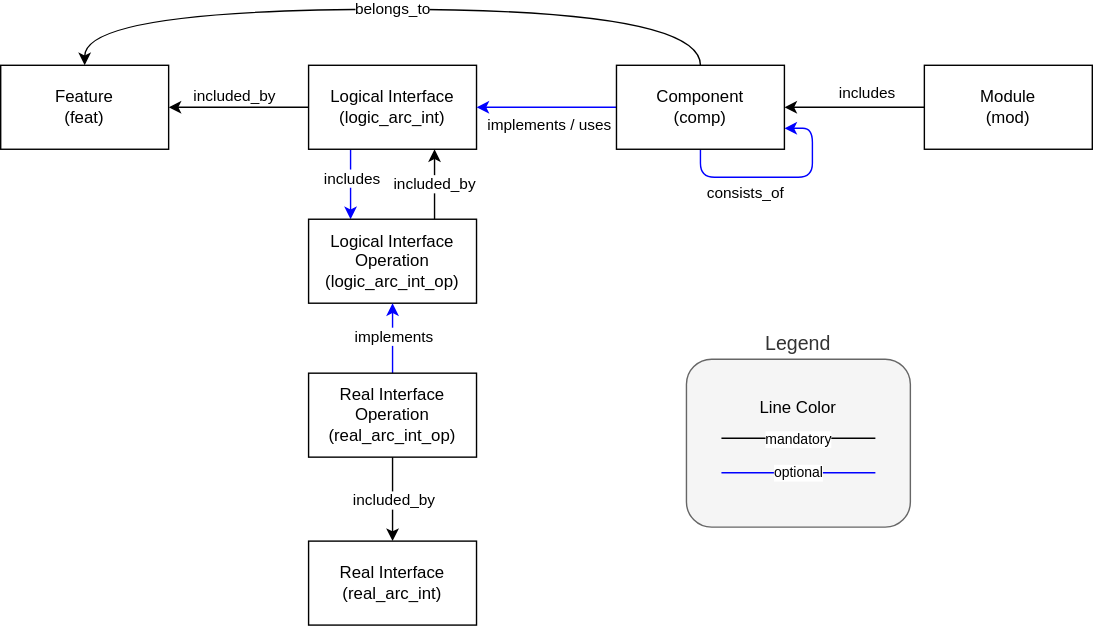
The draw.io diagram main/_images/metamodel_architectural_design.drawio.svg in eclipse-score/process_description, before a commit. Source tidied: cells renumbered, new cells last; positions are measured from the earlier drawing's top-left corner, leaving out a move shared by most shapes.
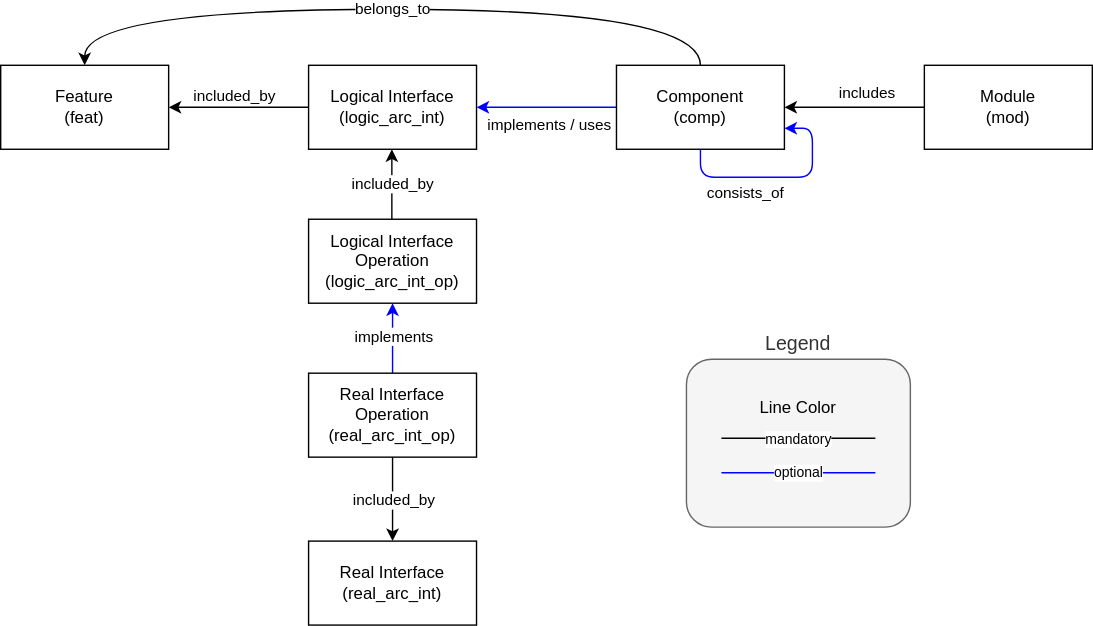
After the commit.

The edit, as a diff of the source:
```diff
@@ -21,19 +21,14 @@
     <mxCell id="5" value="Feature&lt;br&gt;(feat)" style="rounded=0;whiteSpace=wrap;html=1;" parent="1" vertex="1">
       <mxGeometry y="40" width="120" height="60" as="geometry" />
     </mxCell>
-    <mxCell id="6" style="edgeStyle=orthogonalEdgeStyle;rounded=0;jettySize=auto;html=1;startArrow=none;startFill=0;endArrow=classic;endFill=1;entryX=0.25;entryY=0;entryDx=0;entryDy=0;exitX=0.25;exitY=1;exitDx=0;exitDy=0;strokeColor=#0000FF;" parent="1" edge="1" source="8" target="10">
-      <mxGeometry relative="1" as="geometry" />
-    </mxCell>
-    <mxCell id="7" value="includes" style="edgeLabel;html=1;align=center;verticalAlign=middle;labelBackgroundColor=default;" parent="6" vertex="1">
-      <mxGeometry x="-0.03" y="5" relative="1" as="geometry">
-        <mxPoint x="-5" y="-4" as="offset" />
-      </mxGeometry>
-    </mxCell>
     <mxCell id="8" value="Logical Interface&lt;div&gt;(logic_arc_int)&lt;/div&gt;" style="rounded=0;whiteSpace=wrap;html=1;" parent="1" vertex="1">
       <mxGeometry x="220" y="40" width="120" height="60" as="geometry" />
     </mxCell>
-    <mxCell id="9" value="included_by" style="edgeStyle=none;html=1;exitX=0.75;exitY=0;exitDx=0;exitDy=0;entryX=0.75;entryY=1;entryDx=0;entryDy=0;" parent="1" edge="1" source="10" target="8">
-      <mxGeometry relative="1" as="geometry" />
+    <mxCell id="9" value="included_by" style="edgeStyle=none;html=1;exitX=0.75;exitY=0;exitDx=0;exitDy=0;entryX=0.75;entryY=1;entryDx=0;entryDy=0;" parent="1" edge="1">
+      <mxGeometry relative="1" as="geometry">
+        <mxPoint x="279.5" y="150" as="sourcePoint" />
+        <mxPoint x="279.5" y="100" as="targetPoint" />
+      </mxGeometry>
     </mxCell>
     <mxCell id="10" value="Logical Interface&lt;br&gt;Operation&lt;br&gt;(logic_arc_int_op)" style="rounded=0;whiteSpace=wrap;html=1;" parent="1" vertex="1">
       <mxGeometry x="220" y="150" width="120" height="60" as="geometry" />
```
